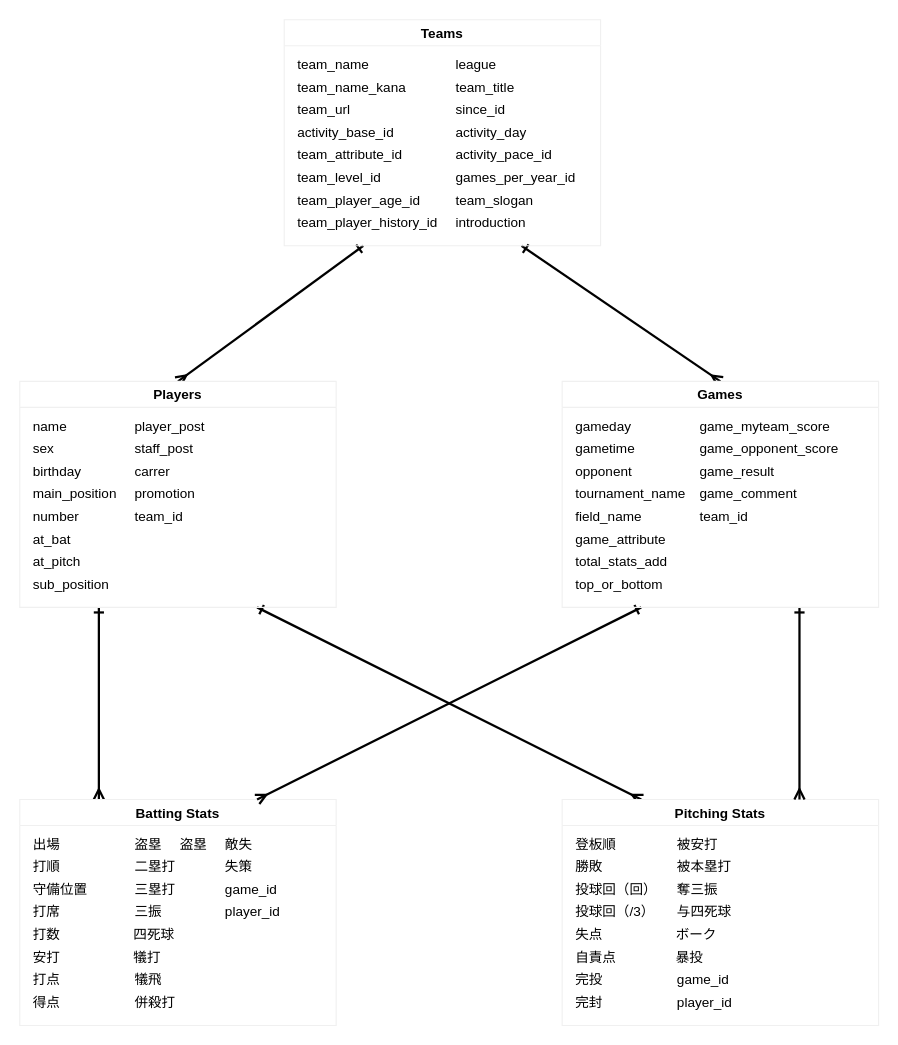
The draw.io diagram er.dio in takahiro-awaji/baseball_players, before the edit. Source tidied: cells renumbered, new cells numbered last; positions are measured from the earlier drawing's top-left corner, leaving out a move shared by most shapes. Both pictures are drawn from the tidied source at 113%, with x=0, y=0 at pixel (19, 19).
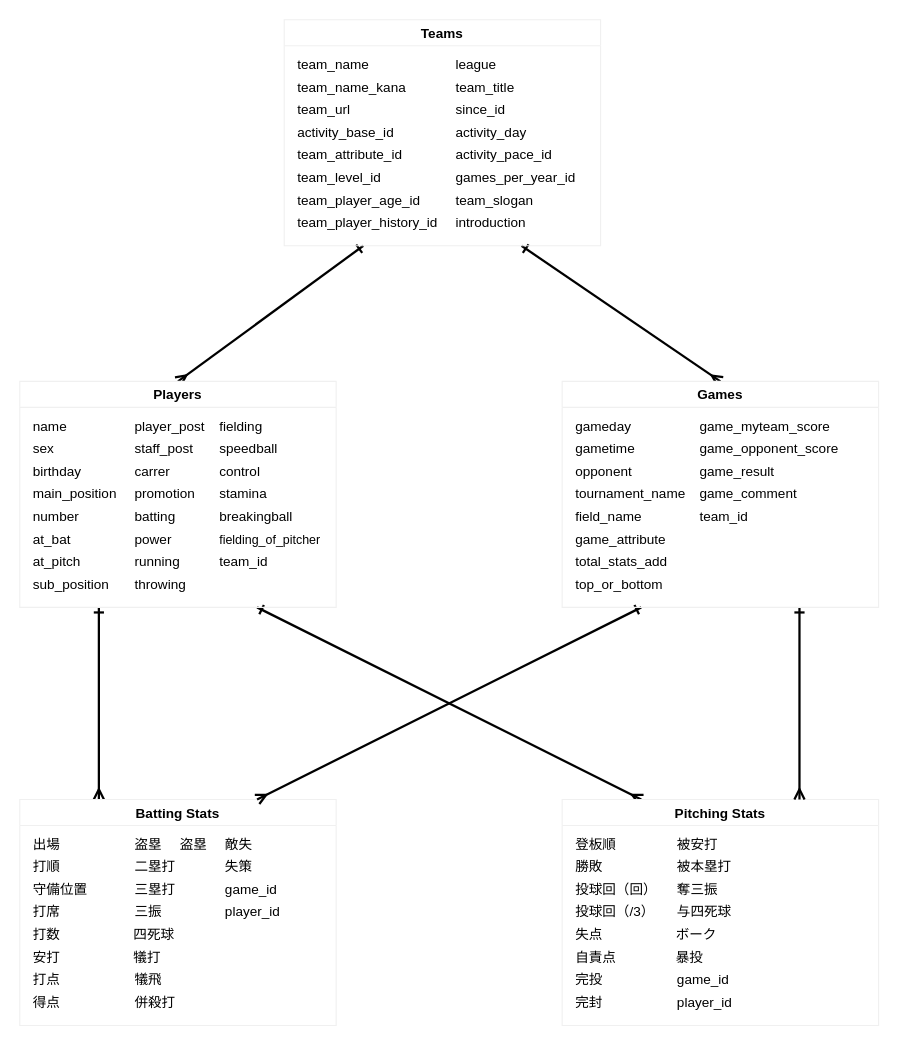
After the change.

Unchanged cells that the change refers to:
```xml
<mxCell id="23" value="Players" style="swimlane;labelBackgroundColor=none;strokeColor=#f0f0f0;align=center;" parent="1" vertex="1">
  <mxGeometry y="320" width="280" height="200" as="geometry" />
</mxCell>
```

Diff of the diagram source:
```diff
@@
-    <mxCell id="36" value="team_id" style="text;html=1;align=left;verticalAlign=middle;" parent="23" vertex="1">
-      <mxGeometry x="100" y="110" width="60" height="20" as="geometry" />
+    <mxCell id="36" value="fielding_of_pitcher" style="text;html=1;align=left;verticalAlign=middle;fontSize=11;" parent="23" vertex="1">
+      <mxGeometry x="175" y="130" width="100" height="20" as="geometry" />
     </mxCell>
+    <mxCell id="92" value="batting" style="text;html=1;align=left;verticalAlign=middle;" parent="23" vertex="1">
+      <mxGeometry x="100" y="110" width="50" height="20" as="geometry" />
+    </mxCell>
+    <mxCell id="93" value="power" style="text;html=1;align=left;verticalAlign=middle;" parent="23" vertex="1">
+      <mxGeometry x="100" y="130" width="50" height="20" as="geometry" />
+    </mxCell>
+    <mxCell id="94" value="running" style="text;html=1;align=left;verticalAlign=middle;" parent="23" vertex="1">
+      <mxGeometry x="100" y="150" width="60" height="20" as="geometry" />
+    </mxCell>
+    <mxCell id="95" value="throwing" style="text;html=1;align=left;verticalAlign=middle;" parent="23" vertex="1">
+      <mxGeometry x="100" y="170" width="60" height="20" as="geometry" />
+    </mxCell>
+    <mxCell id="96" value="fielding" style="text;html=1;align=left;verticalAlign=middle;" parent="23" vertex="1">
+      <mxGeometry x="175" y="30" width="50" height="20" as="geometry" />
+    </mxCell>
+    <mxCell id="97" value="speedball" style="text;html=1;align=left;verticalAlign=middle;" parent="23" vertex="1">
+      <mxGeometry x="175" y="50" width="70" height="20" as="geometry" />
+    </mxCell>
+    <mxCell id="98" value="control" style="text;html=1;align=left;verticalAlign=middle;" parent="23" vertex="1">
+      <mxGeometry x="175" y="70" width="50" height="20" as="geometry" />
+    </mxCell>
+    <mxCell id="99" value="stamina" style="text;html=1;align=left;verticalAlign=middle;" parent="23" vertex="1">
+      <mxGeometry x="175" y="90" width="60" height="20" as="geometry" />
+    </mxCell>
+    <mxCell id="100" value="breakingball" style="text;html=1;align=left;verticalAlign=middle;" parent="23" vertex="1">
+      <mxGeometry x="175" y="110" width="80" height="20" as="geometry" />
+    </mxCell>
+    <mxCell id="101" value="team_id" style="text;html=1;align=left;verticalAlign=middle;" parent="23" vertex="1">
+      <mxGeometry x="175" y="150" width="60" height="20" as="geometry" />
+    </mxCell>
```
